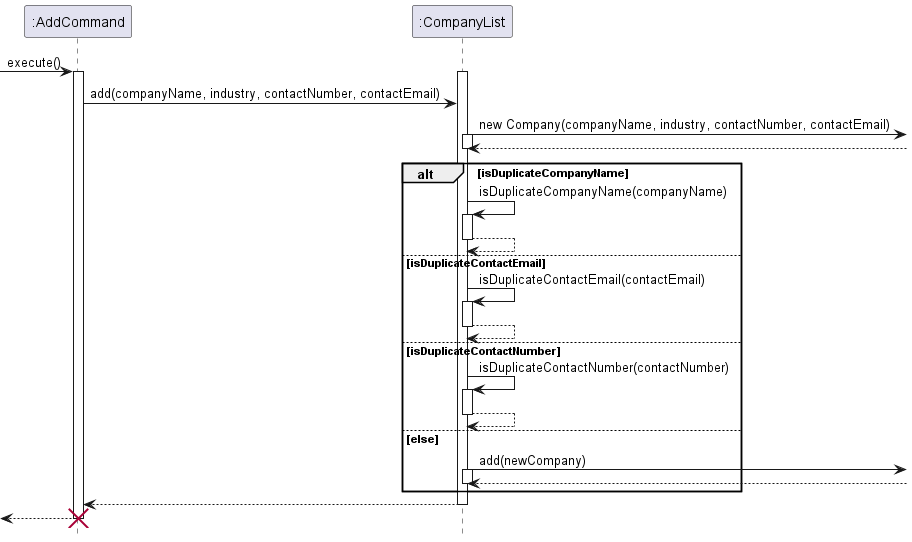
The PlantUML diagram docs/UML/Image/Duplication_checker.png in nus-cs2113-AY2223S2/tp, before a commit.
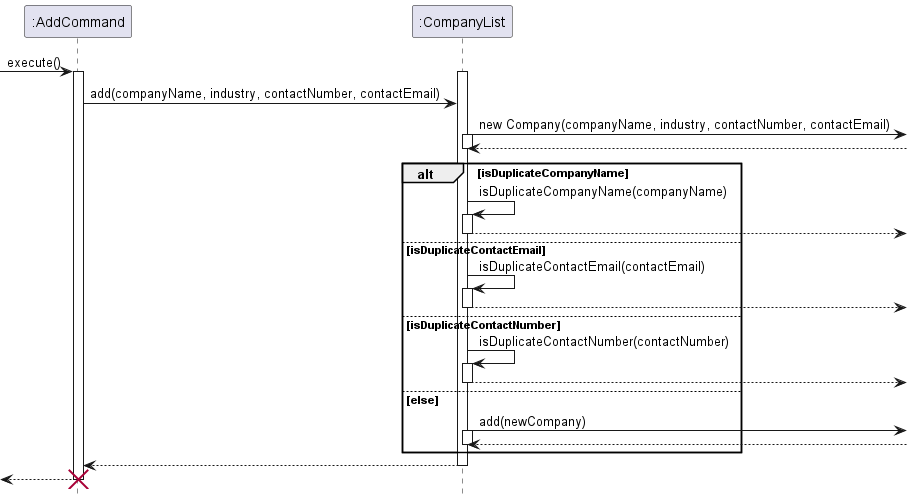
Later version of the same file.

Commit message:
Update return arrow directions for alt paths

What changed in the source:
```diff
@@ -15,19 +15,19 @@
     alt isDuplicateCompanyName
             ":CompanyList" -> ":CompanyList" : isDuplicateCompanyName(companyName)
             activate ":CompanyList"
-                ":CompanyList" --> ":CompanyList"
+                ":CompanyList" -->
             deactivate ":CompanyList"
 
     else isDuplicateContactEmail
             ":CompanyList" -> ":CompanyList" : isDuplicateContactEmail(contactEmail)
             activate ":CompanyList"
-                ":CompanyList" --> ":CompanyList"
+                ":CompanyList" -->
             deactivate ":CompanyList"
 
     else isDuplicateContactNumber
             ":CompanyList" -> ":CompanyList" : isDuplicateContactNumber(contactNumber)
             activate ":CompanyList"
-                ":CompanyList" --> ":CompanyList"
+                ":CompanyList" -->
             deactivate ":CompanyList"
 
     else else
```
